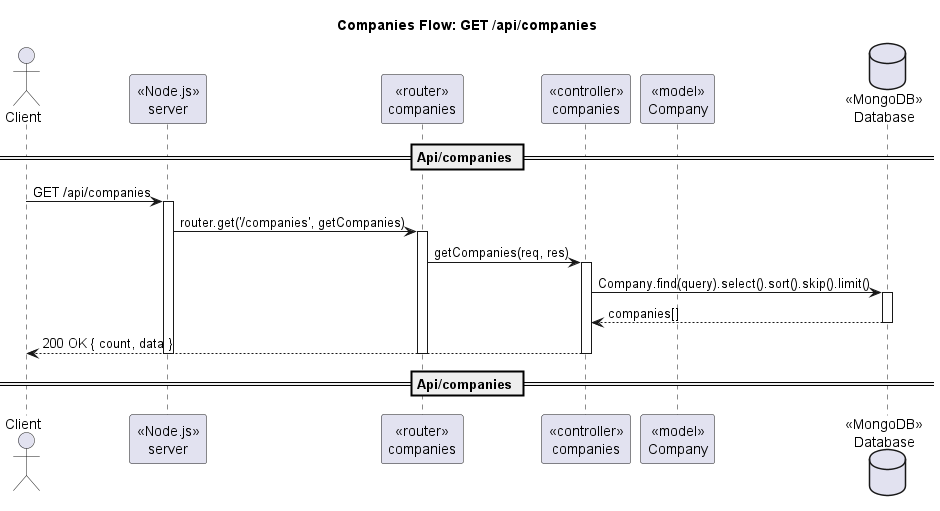
Before: out/docs/diagram/sequence/seq_companies_get.png, a diagram exported from PlantUML (098ff/ArtmaybeDEV). The source it was exported from:
```plantuml
@startuml
title Companies Flow: GET /api/companies
actor Client
participant "«Node.js»\nserver" as Server
participant "«router»\ncompanies" as Router
participant "«controller»\ncompanies" as Ctrl
participant "«model»\nCompany" as CompanyModel
database "«MongoDB»\nDatabase" as DB

== Api/companies ==
Client -> Server : GET /api/companies
activate Server
Server -> Router : router.get('/companies', getCompanies)
activate Router
Router -> Ctrl : getCompanies(req, res)
activate Ctrl
Ctrl -> DB : Company.find(query).select().sort().skip().limit()
activate DB
DB --> Ctrl : companies[]
deactivate DB
Ctrl --> Client : 200 OK { count, data }
deactivate Ctrl
deactivate Router
deactivate Server
== Api/companies ==
@enduml
```
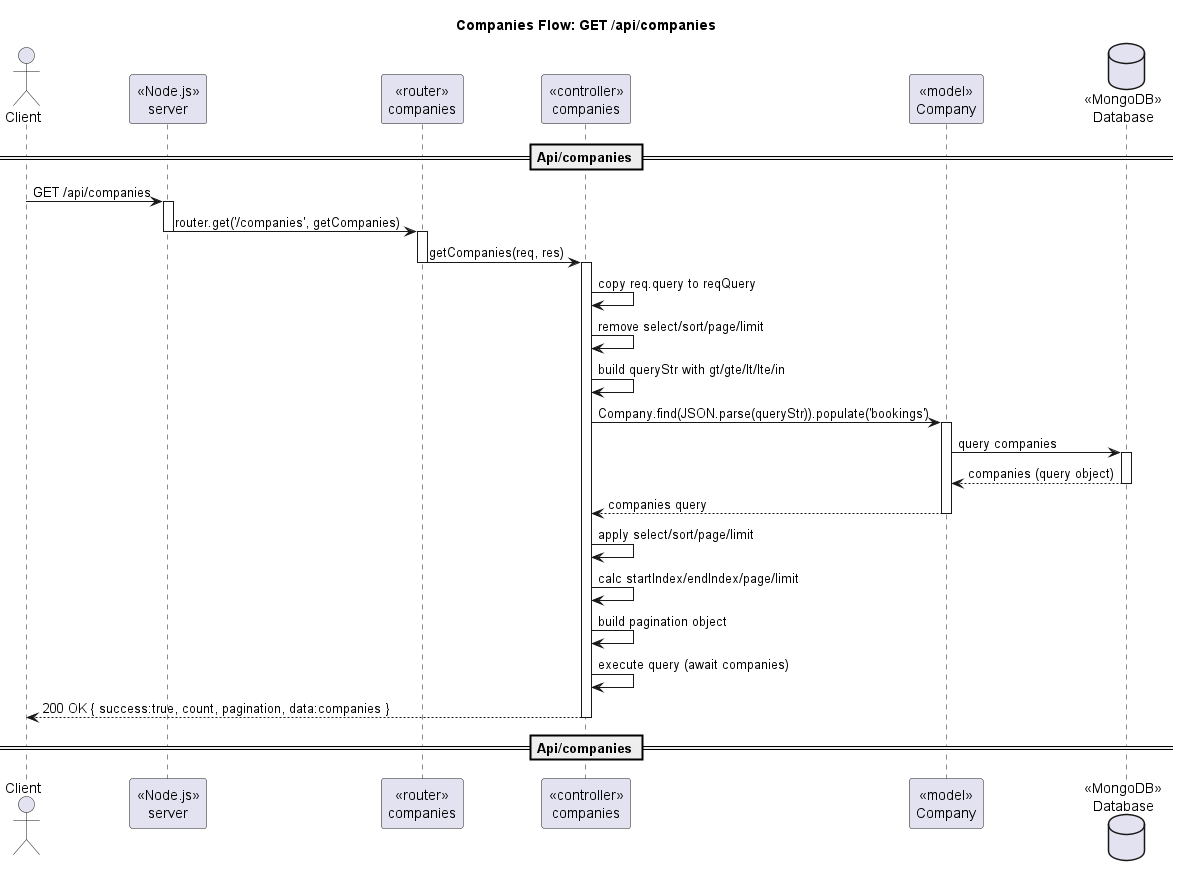
After the change.

Change to the diagram source:
```diff
@@ -11,16 +11,34 @@
 Client -> Server : GET /api/companies
 activate Server
 Server -> Router : router.get('/companies', getCompanies)
+deactivate Server
 activate Router
+
 Router -> Ctrl : getCompanies(req, res)
+deactivate Router
 activate Ctrl
-Ctrl -> DB : Company.find(query).select().sort().skip().limit()
+
+Ctrl -> Ctrl : copy req.query to reqQuery
+Ctrl -> Ctrl : remove select/sort/page/limit
+Ctrl -> Ctrl : build queryStr with gt/gte/lt/lte/in
+
+Ctrl -> CompanyModel : Company.find(JSON.parse(queryStr)).populate('bookings')
+activate CompanyModel
+CompanyModel -> DB : query companies
 activate DB
-DB --> Ctrl : companies[]
+DB --> CompanyModel : companies (query object)
 deactivate DB
-Ctrl --> Client : 200 OK { count, data }
+CompanyModel --> Ctrl : companies query
+deactivate CompanyModel
+
+Ctrl -> Ctrl : apply select/sort/page/limit
+Ctrl -> Ctrl : calc startIndex/endIndex/page/limit
+Ctrl -> Ctrl : build pagination object
+
+Ctrl -> Ctrl : execute query (await companies)
+
+Ctrl --> Client : 200 OK { success:true, count, pagination, data:companies }
+
 deactivate Ctrl
-deactivate Router
-deactivate Server
 == Api/companies ==
 @enduml
```
